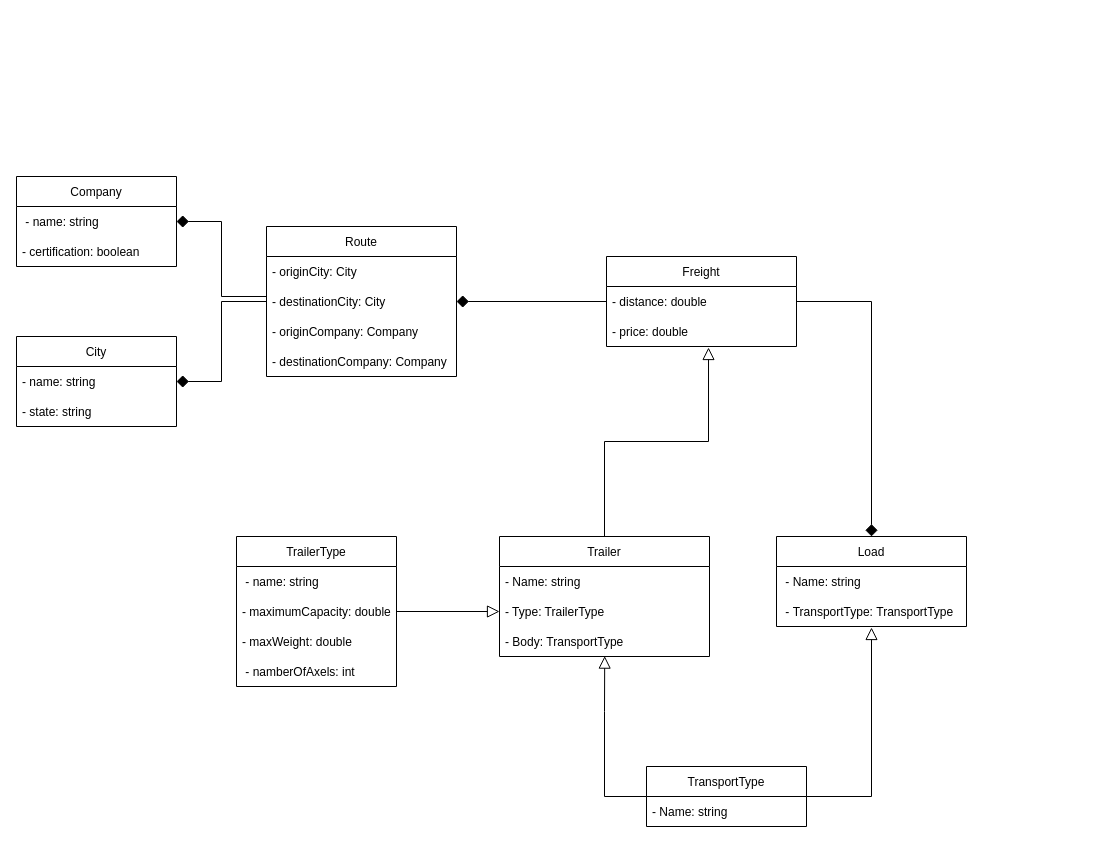
The draw.io diagram diagramaDeClasse-TecnologiaEmDesenvolvimentoDeSistemas.drawio in rafaelomodei/meufrete, before the edit. Source tidied: cells renumbered, new cells numbered last; positions are measured from the earlier drawing's top-left corner, leaving out a move shared by most shapes. Both pictures are drawn from the tidied source at 100%, with x=0, y=0 at pixel (16, 176).
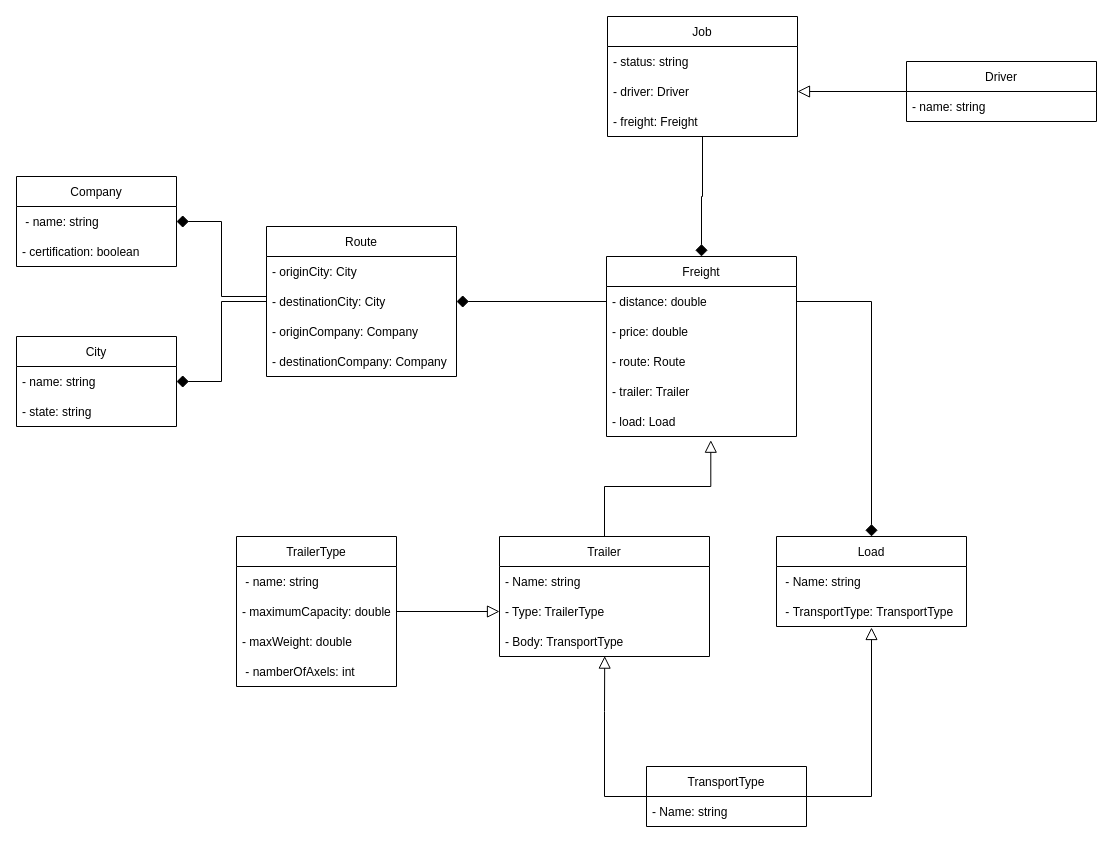
After the change.

Commit message:
add class job and driver

Unchanged cells that the change refers to:
```xml
<mxCell id="3" value="Trailer" style="swimlane;fontStyle=0;horizontal=1;startSize=30;" parent="1" vertex="1">
  <mxGeometry x="483" y="360" width="210" height="120" as="geometry" />
</mxCell>
```

Diff of the diagram source:
```diff
@@
-    <mxCell id="2" style="edgeStyle=orthogonalEdgeStyle;rounded=0;jettySize=auto;html=1;entryX=0.537;entryY=1.033;entryDx=0;entryDy=0;entryPerimeter=0;endArrow=block;endFill=0;endSize=10;strokeWidth=1;" parent="1" edge="1" source="3" target="24">
-      <mxGeometry relative="1" as="geometry" />
+    <mxCell id="2" style="edgeStyle=orthogonalEdgeStyle;rounded=0;jettySize=auto;html=1;entryX=0.549;entryY=1.124;entryDx=0;entryDy=0;entryPerimeter=0;endArrow=block;endFill=0;endSize=10;strokeWidth=1;" parent="1" edge="1" source="3" target="40">
+      <mxGeometry relative="1" as="geometry">
+        <Array as="points">
+          <mxPoint x="588" y="310" />
+          <mxPoint x="694" y="310" />
+        </Array>
+      </mxGeometry>
     </mxCell>
@@
     <mxCell id="22" value="Freight" style="swimlane;fontStyle=0;horizontal=1;startSize=30;" parent="1" vertex="1">
-      <mxGeometry x="590" y="80" width="190" height="90" as="geometry" />
+      <mxGeometry x="590" y="80" width="190" height="180" as="geometry" />
     </mxCell>
@@
+    <mxCell id="38" value="- price: double" style="text;strokeColor=none;fillColor=none;align=left;verticalAlign=middle;spacingLeft=4;spacingRight=4;overflow=hidden;" parent="22" vertex="1">
+      <mxGeometry y="60" width="190" height="30" as="geometry" />
+    </mxCell>
-    <mxCell id="24" value="- price: double" style="text;strokeColor=none;fillColor=none;align=left;verticalAlign=middle;spacingLeft=4;spacingRight=4;overflow=hidden;points=[[0,0.5],[1,0.5]];portConstraint=eastwest;" parent="22" vertex="1">
-      <mxGeometry y="60" width="190" height="30" as="geometry" />
+    <mxCell id="24" value="- route: Route" style="text;strokeColor=none;fillColor=none;align=left;verticalAlign=middle;spacingLeft=4;spacingRight=4;overflow=hidden;points=[[0,0.5],[1,0.5]];portConstraint=eastwest;" parent="22" vertex="1">
+      <mxGeometry y="90" width="190" height="30" as="geometry" />
     </mxCell>
+    <mxCell id="39" value="- trailer: Trailer" style="text;strokeColor=none;fillColor=none;align=left;verticalAlign=middle;spacingLeft=4;spacingRight=4;overflow=hidden;" parent="22" vertex="1">
+      <mxGeometry y="120" width="190" height="30" as="geometry" />
+    </mxCell>
+    <mxCell id="40" value="- load: Load" style="text;strokeColor=none;fillColor=none;align=left;verticalAlign=middle;spacingLeft=4;spacingRight=4;overflow=hidden;points=[[0,0.5],[1,0.5]];portConstraint=eastwest;" parent="22" vertex="1">
+      <mxGeometry y="150" width="190" height="30" as="geometry" />
+    </mxCell>
@@
+    <mxCell id="41" style="edgeStyle=orthogonalEdgeStyle;rounded=0;jettySize=auto;html=1;entryX=0.5;entryY=0;entryDx=0;entryDy=0;endArrow=diamond;endFill=1;endSize=10;strokeWidth=1;" parent="1" edge="1" source="42" target="22">
+      <mxGeometry relative="1" as="geometry" />
+    </mxCell>
+    <mxCell id="42" value="Job" style="swimlane;fontStyle=0;horizontal=1;startSize=30;" parent="1" vertex="1">
+      <mxGeometry x="591" y="-160" width="190" height="120" as="geometry" />
+    </mxCell>
+    <mxCell id="43" value="- status: string" style="text;strokeColor=none;fillColor=none;align=left;verticalAlign=middle;spacingLeft=4;spacingRight=4;overflow=hidden;" parent="42" vertex="1">
+      <mxGeometry y="30" width="190" height="30" as="geometry" />
+    </mxCell>
+    <mxCell id="44" value="- driver: Driver" style="text;strokeColor=none;fillColor=none;align=left;verticalAlign=middle;spacingLeft=4;spacingRight=4;overflow=hidden;points=[[0,0.5],[1,0.5]];portConstraint=eastwest;" parent="42" vertex="1">
+      <mxGeometry y="60" width="190" height="30" as="geometry" />
+    </mxCell>
+    <mxCell id="45" value="- freight: Freight" style="text;strokeColor=none;fillColor=none;align=left;verticalAlign=middle;spacingLeft=4;spacingRight=4;overflow=hidden;" parent="42" vertex="1">
+      <mxGeometry y="90" width="190" height="30" as="geometry" />
+    </mxCell>
+    <mxCell id="46" style="edgeStyle=orthogonalEdgeStyle;rounded=0;jettySize=auto;html=1;entryX=1;entryY=0.5;entryDx=0;entryDy=0;endArrow=block;endFill=0;endSize=10;strokeWidth=1;" parent="1" edge="1" source="47" target="44">
+      <mxGeometry relative="1" as="geometry" />
+    </mxCell>
+    <mxCell id="47" value="Driver" style="swimlane;fontStyle=0;horizontal=1;startSize=30;" parent="1" vertex="1">
+      <mxGeometry x="890" y="-115" width="190" height="60" as="geometry" />
+    </mxCell>
+    <mxCell id="48" value="- name: string" style="text;strokeColor=none;fillColor=none;align=left;verticalAlign=middle;spacingLeft=4;spacingRight=4;overflow=hidden;" parent="47" vertex="1">
+      <mxGeometry y="30" width="190" height="30" as="geometry" />
+    </mxCell>
```
